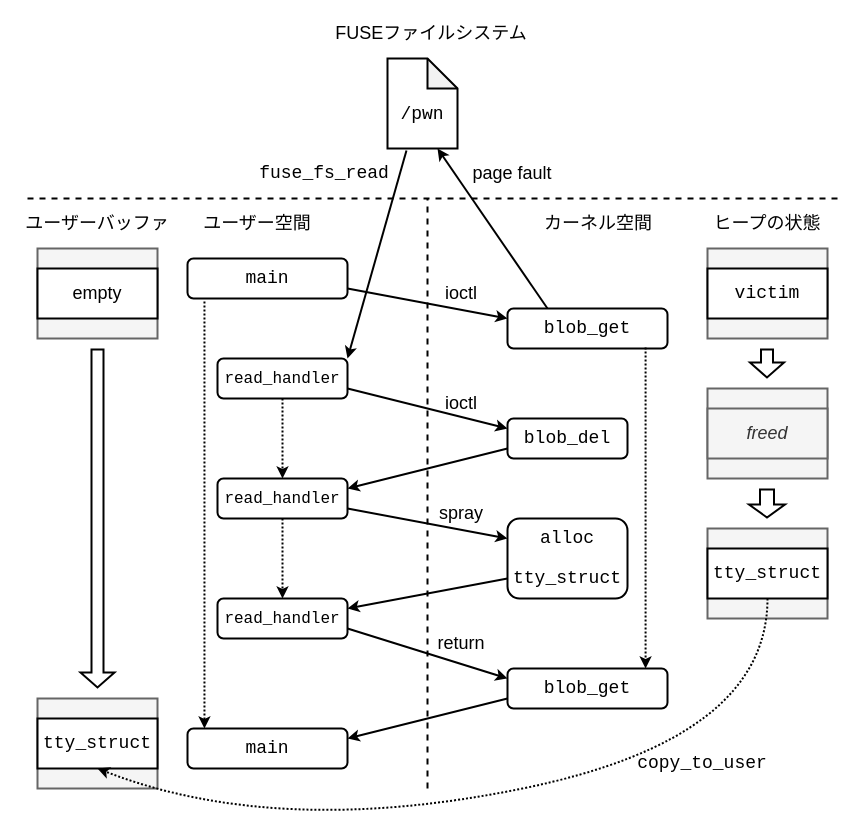
Before: website/source/linux-kernel/LK04/img/fuse_uafr.drawio in ptr-yudai/pawnyable, a draw.io diagram. Source tidied: cells renumbered, new cells numbered last; positions are measured from the earlier drawing's top-left corner, leaving out a move shared by most shapes. Both pictures are drawn from the tidied source at 100%, with x=0, y=0 at pixel (17, 18).
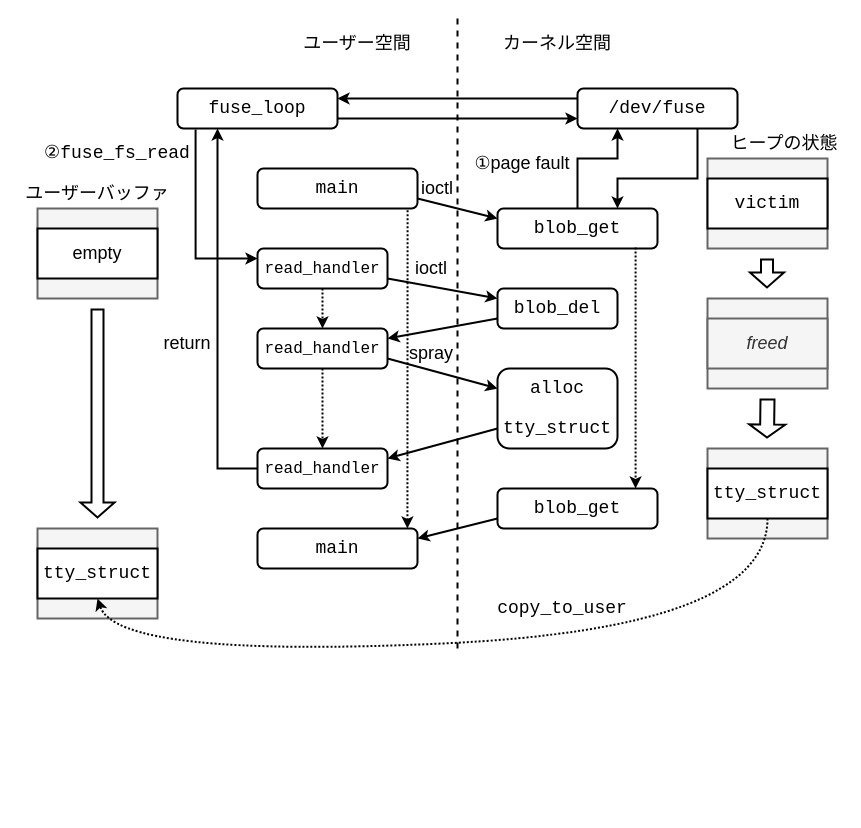
After the change.

Diff of the diagram source:
```diff
@@
     <mxCell id="2" style="endArrow=none;dashed=1;html=1;rounded=0;strokeWidth=2;" parent="1" edge="1">
       <mxGeometry relative="1" as="geometry">
-        <mxPoint x="410" y="770" as="sourcePoint" />
-        <mxPoint x="410" y="180" as="targetPoint" />
+        <mxPoint x="440" y="630" as="sourcePoint" />
+        <mxPoint x="440" as="targetPoint" />
       </mxGeometry>
     </mxCell>
     <mxCell id="3" value="&lt;font style=&quot;font-size: 18px;&quot;&gt;ユーザー空間&lt;br&gt;&lt;/font&gt;" style="text;html=1;strokeColor=none;fillColor=none;align=center;verticalAlign=middle;whiteSpace=wrap;rounded=0;" parent="1" vertex="1">
-      <mxGeometry x="180" y="190" width="120" height="30" as="geometry" />
+      <mxGeometry x="280" y="10" width="120" height="30" as="geometry" />
     </mxCell>
     <mxCell id="4" value="&lt;font style=&quot;font-size: 18px;&quot;&gt;カーネル空間&lt;br&gt;&lt;/font&gt;" style="text;html=1;strokeColor=none;fillColor=none;align=center;verticalAlign=middle;whiteSpace=wrap;rounded=0;" parent="1" vertex="1">
-      <mxGeometry x="521" y="190" width="120" height="30" as="geometry" />
+      <mxGeometry x="480" y="10" width="120" height="30" as="geometry" />
     </mxCell>
     <mxCell id="5" value="&lt;pre&gt;main&lt;/pre&gt;" style="rounded=1;whiteSpace=wrap;html=1;fontSize=18;strokeWidth=2;" parent="1" vertex="1">
-      <mxGeometry x="170" y="240" width="160" height="40" as="geometry" />
+      <mxGeometry x="240" y="150" width="160" height="40" as="geometry" />
     </mxCell>
     <mxCell id="6" value="&lt;pre&gt;blob_get&lt;/pre&gt;" style="rounded=1;whiteSpace=wrap;html=1;fontSize=18;strokeWidth=2;" parent="1" vertex="1">
-      <mxGeometry x="490" y="290" width="160" height="40" as="geometry" />
+      <mxGeometry x="480" y="190" width="160" height="40" as="geometry" />
     </mxCell>
@@
     <mxCell id="8" value="&lt;font style=&quot;font-size: 16px;&quot; face=&quot;Courier New&quot;&gt;read_handler&lt;/font&gt;" style="rounded=1;whiteSpace=wrap;html=1;fontSize=18;strokeWidth=2;" parent="1" vertex="1">
-      <mxGeometry x="200" y="340" width="130" height="40" as="geometry" />
+      <mxGeometry x="240" y="230" width="130" height="40" as="geometry" />
     </mxCell>
-    <mxCell id="9" style="endArrow=classic;html=1;rounded=0;fontSize=18;strokeWidth=2;exitX=1;exitY=0.75;exitDx=0;exitDy=0;entryX=0;entryY=0.25;entryDx=0;entryDy=0;" parent="1" edge="1" source="5" target="6">
+    <mxCell id="9" style="endArrow=classic;html=1;rounded=0;fontSize=18;strokeWidth=2;exitX=1;exitY=0.75;exitDx=0;exitDy=0;entryX=0;entryY=0.25;entryDx=0;entryDy=0;startArrow=none;" parent="1" edge="1" source="5" target="6">
       <mxGeometry relative="1" as="geometry" />
     </mxCell>
-    <mxCell id="10" style="endArrow=classic;html=1;rounded=0;fontSize=18;strokeWidth=2;exitX=0.25;exitY=0;exitDx=0;exitDy=0;" parent="1" edge="1" source="6">
+    <mxCell id="10" style="endArrow=classic;html=1;rounded=0;fontSize=18;strokeWidth=2;exitX=0;exitY=0.25;exitDx=0;exitDy=0;" parent="1" edge="1" source="56">
       <mxGeometry relative="1" as="geometry">
-        <mxPoint x="420" y="130" as="targetPoint" />
+        <mxPoint x="320" y="80" as="targetPoint" />
       </mxGeometry>
     </mxCell>
     <mxCell id="11" value="ioctl" style="text;html=1;strokeColor=none;fillColor=none;align=center;verticalAlign=middle;whiteSpace=wrap;rounded=0;fontSize=18;" parent="1" vertex="1">
-      <mxGeometry x="414" y="260" width="60" height="30" as="geometry" />
+      <mxGeometry x="390" y="155" width="60" height="30" as="geometry" />
     </mxCell>
-    <mxCell id="12" value="page fault" style="text;html=1;strokeColor=none;fillColor=none;align=center;verticalAlign=middle;whiteSpace=wrap;rounded=0;fontSize=18;" parent="1" vertex="1">
-      <mxGeometry x="440" y="140" width="110" height="30" as="geometry" />
+    <mxCell id="12" value="①page fault" style="text;html=1;strokeColor=none;fillColor=none;align=center;verticalAlign=middle;whiteSpace=wrap;rounded=0;fontSize=18;" parent="1" vertex="1">
+      <mxGeometry x="450" y="130" width="110" height="30" as="geometry" />
     </mxCell>
     <mxCell id="13" value="&lt;pre&gt;blob_del&lt;/pre&gt;" style="rounded=1;whiteSpace=wrap;html=1;fontSize=18;strokeWidth=2;" parent="1" vertex="1">
-      <mxGeometry x="490" y="400" width="120" height="40" as="geometry" />
+      <mxGeometry x="480" y="270" width="120" height="40" as="geometry" />
     </mxCell>
-    <mxCell id="14" style="endArrow=classic;html=1;rounded=0;fontSize=18;strokeWidth=2;exitX=1;exitY=0.75;exitDx=0;exitDy=0;entryX=0;entryY=0.25;entryDx=0;entryDy=0;" parent="1" edge="1" source="8" target="13">
+    <mxCell id="14" style="endArrow=classic;html=1;rounded=0;fontSize=18;strokeWidth=2;exitX=1;exitY=0.75;exitDx=0;exitDy=0;entryX=0;entryY=0.25;entryDx=0;entryDy=0;startArrow=none;" parent="1" edge="1" source="8" target="13">
       <mxGeometry relative="1" as="geometry" />
     </mxCell>
     <mxCell id="15" value="ioctl" style="text;html=1;strokeColor=none;fillColor=none;align=center;verticalAlign=middle;whiteSpace=wrap;rounded=0;fontSize=18;" parent="1" vertex="1">
-      <mxGeometry x="414" y="370" width="60" height="30" as="geometry" />
+      <mxGeometry x="384" y="235" width="60" height="30" as="geometry" />
     </mxCell>
     <mxCell id="16" value="&lt;font style=&quot;font-size: 16px;&quot; face=&quot;Courier New&quot;&gt;read_handler&lt;/font&gt;" style="rounded=1;whiteSpace=wrap;html=1;fontSize=18;strokeWidth=2;" parent="1" vertex="1">
-      <mxGeometry x="200" y="460" width="130" height="40" as="geometry" />
+      <mxGeometry x="240" y="310" width="130" height="40" as="geometry" />
     </mxCell>
@@
     <mxCell id="18" value="&lt;div&gt;&lt;pre&gt;alloc&lt;/pre&gt;&lt;pre&gt;tty_struct&lt;/pre&gt;&lt;/div&gt;" style="rounded=1;whiteSpace=wrap;html=1;fontSize=18;strokeWidth=2;" parent="1" vertex="1">
-      <mxGeometry x="490" y="500" width="120" height="80" as="geometry" />
+      <mxGeometry x="480" y="350" width="120" height="80" as="geometry" />
     </mxCell>
@@
     <mxCell id="20" value="spray" style="text;html=1;strokeColor=none;fillColor=none;align=center;verticalAlign=middle;whiteSpace=wrap;rounded=0;fontSize=18;" parent="1" vertex="1">
-      <mxGeometry x="414" y="480" width="60" height="30" as="geometry" />
+      <mxGeometry x="384" y="320" width="60" height="30" as="geometry" />
     </mxCell>
     <mxCell id="21" value="&lt;font style=&quot;font-size: 16px;&quot; face=&quot;Courier New&quot;&gt;read_handler&lt;/font&gt;" style="rounded=1;whiteSpace=wrap;html=1;fontSize=18;strokeWidth=2;" parent="1" vertex="1">
-      <mxGeometry x="200" y="580" width="130" height="40" as="geometry" />
+      <mxGeometry x="240" y="430" width="130" height="40" as="geometry" />
     </mxCell>
-    <mxCell id="22" style="edgeStyle=orthogonalEdgeStyle;rounded=0;jettySize=auto;html=1;exitX=0.5;exitY=1;exitDx=0;exitDy=0;dashed=1;dashPattern=1 1;fontSize=18;strokeWidth=2;" parent="1" edge="1" source="18">
-      <mxGeometry relative="1" as="geometry">
-        <mxPoint x="550" y="580" as="targetPoint" />
-      </mxGeometry>
-    </mxCell>
@@
     <mxCell id="24" value="&lt;pre&gt;blob_get&lt;/pre&gt;" style="rounded=1;whiteSpace=wrap;html=1;fontSize=18;strokeWidth=2;" parent="1" vertex="1">
-      <mxGeometry x="490" y="650" width="160" height="40" as="geometry" />
+      <mxGeometry x="480" y="470" width="160" height="40" as="geometry" />
     </mxCell>
-    <mxCell id="25" style="endArrow=classic;html=1;rounded=0;fontSize=18;strokeWidth=2;entryX=0;entryY=0.25;entryDx=0;entryDy=0;exitX=1;exitY=0.75;exitDx=0;exitDy=0;" parent="1" edge="1" source="21" target="24">
-      <mxGeometry relative="1" as="geometry" />
-    </mxCell>
@@
     <mxCell id="27" style="rounded=0;whiteSpace=wrap;html=1;fontSize=18;strokeWidth=2;fillColor=#f5f5f5;fontColor=#333333;strokeColor=#666666;" parent="1" vertex="1">
-      <mxGeometry x="690" y="230" width="120" height="90" as="geometry" />
+      <mxGeometry x="690" y="140" width="120" height="90" as="geometry" />
     </mxCell>
     <mxCell id="28" value="&lt;font style=&quot;font-size: 18px;&quot;&gt;ヒープの状態&lt;br&gt;&lt;/font&gt;" style="text;html=1;strokeColor=none;fillColor=none;align=center;verticalAlign=middle;whiteSpace=wrap;rounded=0;" parent="1" vertex="1">
-      <mxGeometry x="690" y="190" width="120" height="30" as="geometry" />
+      <mxGeometry x="707" y="110" width="120" height="30" as="geometry" />
     </mxCell>
     <mxCell id="29" value="&lt;pre&gt;victim&lt;/pre&gt;" style="rounded=0;whiteSpace=wrap;html=1;fontSize=18;strokeWidth=2;" parent="1" vertex="1">
-      <mxGeometry x="690" y="250" width="120" height="50" as="geometry" />
+      <mxGeometry x="690" y="160" width="120" height="50" as="geometry" />
     </mxCell>
     <mxCell id="30" style="rounded=0;whiteSpace=wrap;html=1;fontSize=18;strokeWidth=2;fillColor=#f5f5f5;fontColor=#333333;strokeColor=#666666;" parent="1" vertex="1">
-      <mxGeometry x="690" y="370" width="120" height="90" as="geometry" />
+      <mxGeometry x="690" y="280" width="120" height="90" as="geometry" />
     </mxCell>
     <mxCell id="31" value="&lt;i&gt;freed&lt;/i&gt;" style="rounded=0;whiteSpace=wrap;html=1;fontSize=18;strokeWidth=2;fillColor=#f5f5f5;fontColor=#333333;strokeColor=#666666;" parent="1" vertex="1">
-      <mxGeometry x="690" y="390" width="120" height="50" as="geometry" />
+      <mxGeometry x="690" y="300" width="120" height="50" as="geometry" />
     </mxCell>
     <mxCell id="32" style="rounded=0;whiteSpace=wrap;html=1;fontSize=18;strokeWidth=2;fillColor=#f5f5f5;fontColor=#333333;strokeColor=#666666;" parent="1" vertex="1">
-      <mxGeometry x="690" y="510" width="120" height="90" as="geometry" />
+      <mxGeometry x="690" y="430" width="120" height="90" as="geometry" />
     </mxCell>
     <mxCell id="33" value="&lt;pre&gt;tty_struct&lt;/pre&gt;" style="rounded=0;whiteSpace=wrap;html=1;fontSize=18;strokeWidth=2;" parent="1" vertex="1">
-      <mxGeometry x="690" y="530" width="120" height="50" as="geometry" />
+      <mxGeometry x="690" y="450" width="120" height="50" as="geometry" />
     </mxCell>
     <mxCell id="34" style="shape=flexArrow;endArrow=classic;html=1;rounded=0;fontSize=18;strokeWidth=2;width=11;endSize=4.33;" parent="1" edge="1">
       <mxGeometry relative="1" as="geometry">
-        <mxPoint x="749.5" y="330" as="sourcePoint" />
-        <mxPoint x="749.5" y="360" as="targetPoint" />
+        <mxPoint x="749.5" y="240" as="sourcePoint" />
+        <mxPoint x="749.5" y="270" as="targetPoint" />
       </mxGeometry>
     </mxCell>
     <mxCell id="35" style="shape=flexArrow;endArrow=classic;html=1;rounded=0;fontSize=18;strokeWidth=2;width=13;endSize=3.67;" parent="1" edge="1">
       <mxGeometry relative="1" as="geometry">
-        <mxPoint x="749.5" y="470" as="sourcePoint" />
-        <mxPoint x="749.5" y="500" as="targetPoint" />
+        <mxPoint x="750" y="380" as="sourcePoint" />
+        <mxPoint x="749.5" y="420" as="targetPoint" />
       </mxGeometry>
     </mxCell>
     <mxCell id="36" value="&lt;pre&gt;main&lt;/pre&gt;" style="rounded=1;whiteSpace=wrap;html=1;fontSize=18;strokeWidth=2;" parent="1" vertex="1">
-      <mxGeometry x="170" y="710" width="160" height="40" as="geometry" />
+      <mxGeometry x="240" y="510" width="160" height="40" as="geometry" />
     </mxCell>
@@
-    <mxCell id="39" style="edgeStyle=orthogonalEdgeStyle;rounded=0;jettySize=auto;html=1;fontSize=18;strokeWidth=2;dashed=1;dashPattern=1 1;exitX=0.106;exitY=1.075;exitDx=0;exitDy=0;exitPerimeter=0;entryX=0.106;entryY=0;entryDx=0;entryDy=0;entryPerimeter=0;" parent="1" edge="1" source="5" target="36">
-      <mxGeometry relative="1" as="geometry" />
-    </mxCell>
     <mxCell id="40" value="return" style="text;html=1;strokeColor=none;fillColor=none;align=center;verticalAlign=middle;whiteSpace=wrap;rounded=0;fontSize=18;" parent="1" vertex="1">
-      <mxGeometry x="414" y="610" width="60" height="30" as="geometry" />
+      <mxGeometry x="140" y="310" width="60" height="30" as="geometry" />
     </mxCell>
     <mxCell id="41" style="rounded=0;whiteSpace=wrap;html=1;fontSize=18;strokeWidth=2;fillColor=#f5f5f5;fontColor=#333333;strokeColor=#666666;" parent="1" vertex="1">
-      <mxGeometry x="20" y="230" width="120" height="90" as="geometry" />
+      <mxGeometry x="20" y="190" width="120" height="90" as="geometry" />
     </mxCell>
     <mxCell id="42" value="&lt;font style=&quot;font-size: 18px;&quot;&gt;ユーザーバッファ&lt;br&gt;&lt;/font&gt;" style="text;html=1;strokeColor=none;fillColor=none;align=center;verticalAlign=middle;whiteSpace=wrap;rounded=0;" parent="1" vertex="1">
-      <mxGeometry y="190" width="160" height="30" as="geometry" />
+      <mxGeometry y="160" width="160" height="30" as="geometry" />
     </mxCell>
     <mxCell id="43" value="empty" style="rounded=0;whiteSpace=wrap;html=1;fontSize=18;strokeWidth=2;" parent="1" vertex="1">
-      <mxGeometry x="20" y="250" width="120" height="50" as="geometry" />
+      <mxGeometry x="20" y="210" width="120" height="50" as="geometry" />
     </mxCell>
     <mxCell id="44" style="rounded=0;whiteSpace=wrap;html=1;fontSize=18;strokeWidth=2;fillColor=#f5f5f5;fontColor=#333333;strokeColor=#666666;" parent="1" vertex="1">
-      <mxGeometry x="20" y="680" width="120" height="90" as="geometry" />
+      <mxGeometry x="20" y="510" width="120" height="90" as="geometry" />
     </mxCell>
     <mxCell id="45" value="&lt;pre&gt;tty_struct&lt;/pre&gt;" style="rounded=0;whiteSpace=wrap;html=1;fontSize=18;strokeWidth=2;" parent="1" vertex="1">
-      <mxGeometry x="20" y="700" width="120" height="50" as="geometry" />
+      <mxGeometry x="20" y="530" width="120" height="50" as="geometry" />
     </mxCell>
     <mxCell id="46" style="shape=flexArrow;endArrow=classic;html=1;rounded=0;fontSize=18;strokeWidth=2;width=11;endSize=4.33;" parent="1" edge="1">
       <mxGeometry relative="1" as="geometry">
-        <mxPoint x="80" y="330" as="sourcePoint" />
-        <mxPoint x="80" y="670" as="targetPoint" />
+        <mxPoint x="80" y="290" as="sourcePoint" />
+        <mxPoint x="80" y="500" as="targetPoint" />
       </mxGeometry>
     </mxCell>
     <mxCell id="47" style="curved=1;endArrow=classic;html=1;rounded=0;fontSize=18;strokeWidth=2;entryX=0.5;entryY=1;entryDx=0;entryDy=0;dashed=1;dashPattern=1 1;" parent="1" edge="1" source="33" target="45">
       <mxGeometry relative="1" as="geometry">
         <Array as="points">
-          <mxPoint x="750" y="720" />
-          <mxPoint x="260" y="820" />
+          <mxPoint x="750" y="610" />
+          <mxPoint x="100" y="640" />
         </Array>
       </mxGeometry>
     </mxCell>
     <mxCell id="48" value="&lt;pre&gt;copy_to_user&lt;/pre&gt;" style="text;html=1;strokeColor=none;fillColor=none;align=center;verticalAlign=middle;whiteSpace=wrap;rounded=0;fontSize=18;" parent="1" vertex="1">
-      <mxGeometry x="620" y="730" width="130" height="30" as="geometry" />
+      <mxGeometry x="480" y="575" width="130" height="30" as="geometry" />
     </mxCell>
-    <mxCell id="49" value="&lt;div align=&quot;center&quot;&gt;&lt;font style=&quot;font-size: 18px;&quot;&gt;FUSEファイルシステム&lt;/font&gt;&lt;/div&gt;" style="text;html=1;strokeColor=none;fillColor=none;align=center;verticalAlign=middle;whiteSpace=wrap;rounded=0;" parent="1" vertex="1">
-      <mxGeometry x="307" width="214" height="30" as="geometry" />
-    </mxCell>
-    <mxCell id="50" value="&lt;br&gt;&lt;div&gt;/pwn&lt;/div&gt;" style="shape=note;whiteSpace=wrap;html=1;backgroundOutline=1;darkOpacity=0.05;fontFamily=Courier New;fontSize=18;strokeWidth=2;" parent="1" vertex="1">
-      <mxGeometry x="370" y="40" width="70" height="90" as="geometry" />
-    </mxCell>
-    <mxCell id="51" style="endArrow=classic;html=1;rounded=0;fontSize=18;strokeWidth=2;exitX=0.271;exitY=1.022;exitDx=0;exitDy=0;exitPerimeter=0;entryX=1;entryY=0;entryDx=0;entryDy=0;" parent="1" edge="1" source="50" target="8">
-      <mxGeometry relative="1" as="geometry" />
-    </mxCell>
-    <mxCell id="52" value="&lt;font face=&quot;Courier New&quot;&gt;fuse_fs_read&lt;/font&gt;" style="text;html=1;strokeColor=none;fillColor=none;align=center;verticalAlign=middle;whiteSpace=wrap;rounded=0;fontSize=18;" parent="1" vertex="1">
-      <mxGeometry x="252" y="140" width="110" height="30" as="geometry" />
+    <mxCell id="52" value="②&lt;font face=&quot;Courier New&quot;&gt;fuse_fs_read&lt;/font&gt;" style="text;html=1;strokeColor=none;fillColor=none;align=center;verticalAlign=middle;whiteSpace=wrap;rounded=0;fontSize=18;" parent="1" vertex="1">
+      <mxGeometry x="20" y="120" width="160" height="30" as="geometry" />
     </mxCell>
-    <mxCell id="53" style="endArrow=none;dashed=1;html=1;rounded=0;strokeWidth=2;" parent="1" edge="1">
-      <mxGeometry relative="1" as="geometry">
-        <mxPoint x="820" y="180" as="sourcePoint" />
-        <mxPoint x="10" y="180" as="targetPoint" />
-      </mxGeometry>
-    </mxCell>
+    <mxCell id="54" style="edgeStyle=orthogonalEdgeStyle;rounded=0;jettySize=auto;html=1;exitX=0.113;exitY=1.025;exitDx=0;exitDy=0;entryX=0;entryY=0.25;entryDx=0;entryDy=0;fontFamily=Courier New;fontSize=20;strokeWidth=2;exitPerimeter=0;" parent="1" edge="1" source="55" target="8">
+      <mxGeometry relative="1" as="geometry" />
+    </mxCell>
+    <mxCell id="55" value="&lt;pre&gt;fuse_loop&lt;/pre&gt;" style="rounded=1;whiteSpace=wrap;html=1;fontSize=18;strokeWidth=2;" parent="1" vertex="1">
+      <mxGeometry x="160" y="70" width="160" height="40" as="geometry" />
+    </mxCell>
+    <mxCell id="56" value="&lt;font face=&quot;Courier New&quot;&gt;/dev/fuse&lt;/font&gt;" style="rounded=1;whiteSpace=wrap;html=1;fontSize=18;strokeWidth=2;" parent="1" vertex="1">
+      <mxGeometry x="560" y="70" width="160" height="40" as="geometry" />
+    </mxCell>
+    <mxCell id="57" style="endArrow=classic;html=1;rounded=0;fontSize=18;strokeWidth=2;exitX=1;exitY=0.75;exitDx=0;exitDy=0;entryX=0;entryY=0.75;entryDx=0;entryDy=0;" parent="1" edge="1" source="55" target="56">
+      <mxGeometry relative="1" as="geometry" />
+    </mxCell>
+    <mxCell id="58" style="endArrow=classic;html=1;rounded=0;fontSize=18;strokeWidth=2;exitX=0.5;exitY=0;exitDx=0;exitDy=0;entryX=0.25;entryY=1;entryDx=0;entryDy=0;edgeStyle=orthogonalEdgeStyle;" parent="1" edge="1" source="6" target="56">
+      <mxGeometry relative="1" as="geometry">
+        <Array as="points">
+          <mxPoint x="560" y="140" />
+          <mxPoint x="600" y="140" />
+        </Array>
+      </mxGeometry>
+    </mxCell>
+    <mxCell id="59" style="endArrow=classic;html=1;rounded=0;fontSize=18;strokeWidth=2;edgeStyle=orthogonalEdgeStyle;exitX=0.75;exitY=1;exitDx=0;exitDy=0;entryX=0.75;entryY=0;entryDx=0;entryDy=0;" parent="1" edge="1" source="56" target="6">
+      <mxGeometry relative="1" as="geometry">
+        <Array as="points">
+          <mxPoint x="680" y="160" />
+          <mxPoint x="600" y="160" />
+        </Array>
+      </mxGeometry>
+    </mxCell>
+    <mxCell id="39" style="rounded=0;jettySize=auto;html=1;fontSize=18;strokeWidth=2;dashed=1;dashPattern=1 1;entryX=0.937;entryY=0;entryDx=0;entryDy=0;exitX=0.938;exitY=1.042;exitDx=0;exitDy=0;exitPerimeter=0;entryPerimeter=0;" parent="1" edge="1" source="5" target="36">
+      <mxGeometry relative="1" as="geometry" />
+    </mxCell>
+    <mxCell id="60" style="edgeStyle=orthogonalEdgeStyle;rounded=0;jettySize=auto;html=1;exitX=0;exitY=0.5;exitDx=0;exitDy=0;entryX=0.25;entryY=1;entryDx=0;entryDy=0;fontFamily=Courier New;fontSize=20;strokeWidth=2;" parent="1" edge="1" source="21" target="55">
+      <mxGeometry relative="1" as="geometry" />
+    </mxCell>
```
